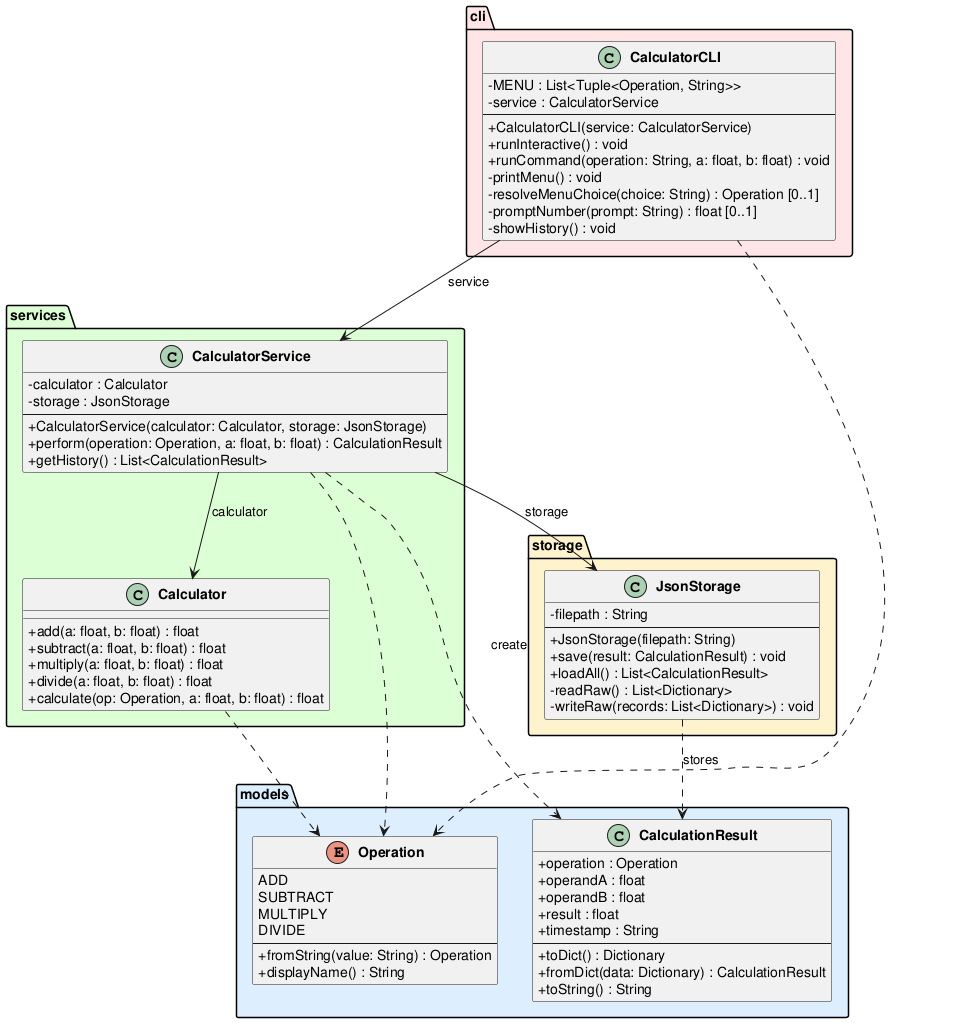
Above: experiments/pipeline/user_stories/calculator/artifacts/class_diagram.png in DanielRiha8906/Software_autoevolution_using_agents (PlantUML), before the change.
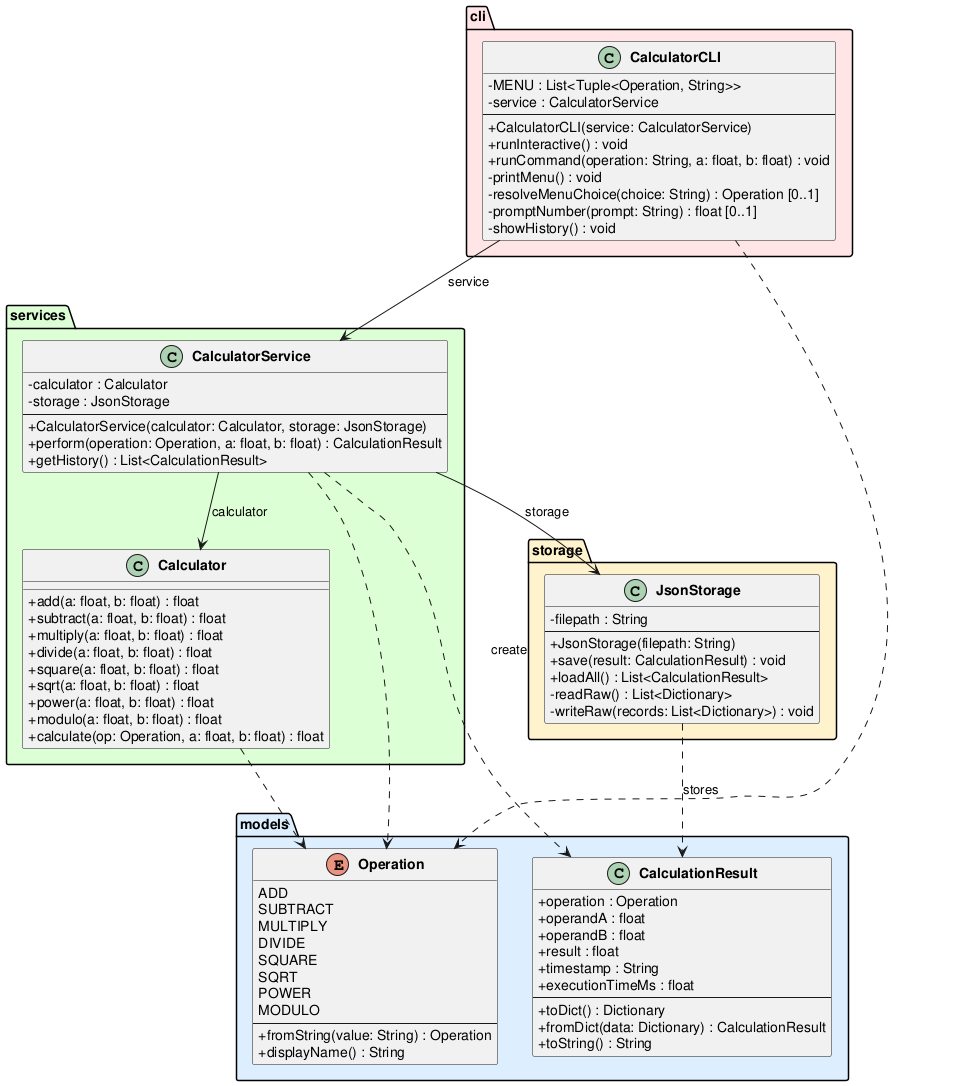
The same diagram one commit later.

Diff of the diagram source:
```diff
@@ -9,6 +9,10 @@
         SUBTRACT
         MULTIPLY
         DIVIDE
+        SQUARE
+        SQRT
+        POWER
+        MODULO
         --
         +fromString(value: String) : Operation
         +displayName() : String
@@ -20,6 +24,7 @@
         +operandB : float
         +result : float
         +timestamp : String
+        +executionTimeMs : float
         --
         +toDict() : Dictionary
         +fromDict(data: Dictionary) : CalculationResult
@@ -33,6 +38,10 @@
         +subtract(a: float, b: float) : float
         +multiply(a: float, b: float) : float
         +divide(a: float, b: float) : float
+        +square(a: float, b: float) : float
+        +sqrt(a: float, b: float) : float
+        +power(a: float, b: float) : float
+        +modulo(a: float, b: float) : float
         +calculate(op: Operation, a: float, b: float) : float
     }
 
```
